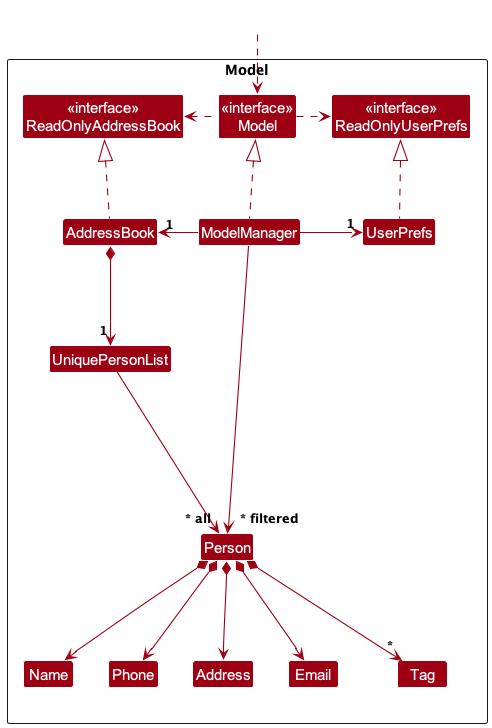
isaacchua0309/tp keeps this PlantUML diagram as docs/diagrams/ModelClassDiagram.png. Above is the earlier version.
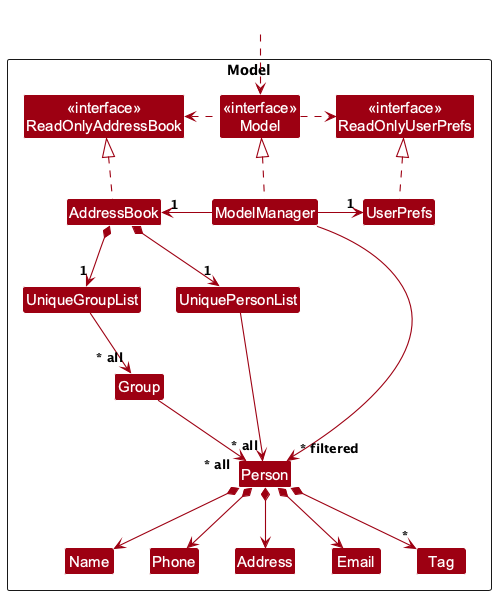
Above is the later version.

Commit message:
Modify ModelClassDiagram and BetterModelClassDiagram png and puml to include UniqueGroupList and Group class

The edit, as a diff of the source:
```diff
@@ -5,22 +5,26 @@
 skinparam classBackgroundColor MODEL_COLOR
 
 Package Model as ModelPackage <<Rectangle>>{
-Class "<<interface>>\nReadOnlyAddressBook" as ReadOnlyAddressBook
-Class "<<interface>>\nReadOnlyUserPrefs" as ReadOnlyUserPrefs
-Class "<<interface>>\nModel" as Model
-Class AddressBook
-Class ModelManager
-Class UserPrefs
 
-Class UniquePersonList
-Class Person
-Class Address
-Class Email
-Class Name
-Class Phone
-Class Tag
+  Class "<<interface>>\nReadOnlyAddressBook" as ReadOnlyAddressBook
+  Class "<<interface>>\nReadOnlyUserPrefs" as ReadOnlyUserPrefs
+  Class "<<interface>>\nModel" as Model
+  Class AddressBook
+  Class ModelManager
+  Class UserPrefs
 
-Class I #FFFFFF
+  Class UniquePersonList
+  Class Person
+  Class Address
+  Class Email
+  Class Name
+  Class Phone
+  Class Tag
+
+  Class UniqueGroupList
+  Class Group
+
+  Class I #FFFFFF
 }
 
 Class HiddenOutside #FFFFFF
@@ -31,6 +35,7 @@
 ModelManager .up.|> Model
 Model .right.> ReadOnlyUserPrefs
 Model .left.> ReadOnlyAddressBook
+
 ModelManager -left-> "1" AddressBook
 ModelManager -right-> "1" UserPrefs
 UserPrefs .up.|> ReadOnlyUserPrefs
@@ -45,10 +50,16 @@
 
 Person -[hidden]up--> I
 UniquePersonList -[hidden]right-> I
-
 Name -[hidden]right-> Phone
 Phone -[hidden]right-> Address
 Address -[hidden]right-> Email
 
 ModelManager --> "~* filtered" Person
+
+AddressBook *--> "1" UniqueGroupList
+
+UniqueGroupList --> "~* all" Group
+
+Group --> "~* all" Person
+
 @enduml
```
